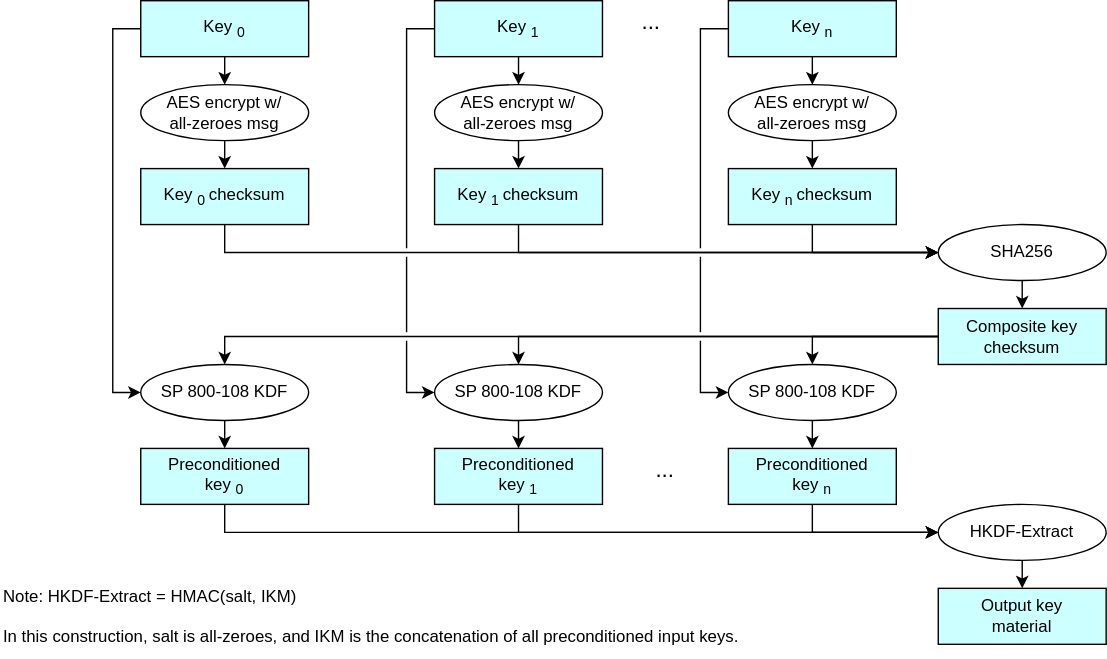
Earlier version of the draw.io export doc/ocp_lock/diagrams/preconditioned_hkdf.drawio.svg (chipsalliance/Caliptra). Source tidied: cells renumbered, new cells last; positions are measured from the earlier drawing's top-left corner, leaving out a move shared by most shapes.
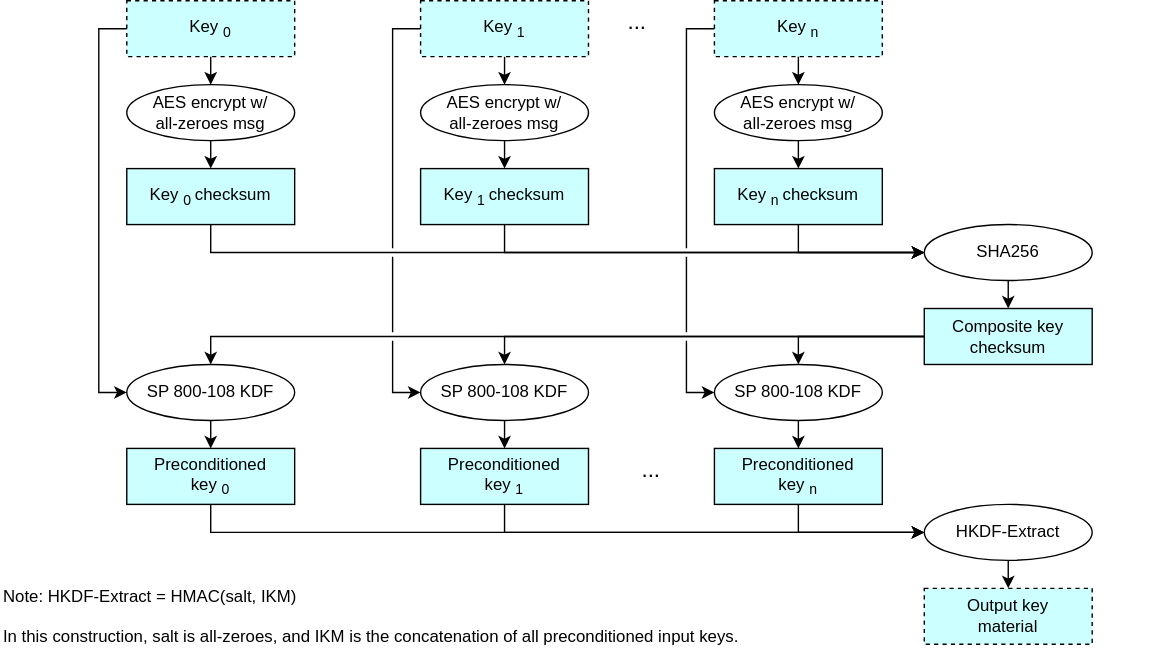
The same diagram one commit later.

The edit, as a diff of the source:
```diff
@@ -2,16 +2,16 @@
   <root>
     <mxCell id="0" />
     <mxCell id="1" parent="0" />
-    <mxCell id="2" value="&lt;div&gt;&lt;font color=&quot;#000000&quot;&gt;Key&lt;sub&gt;0&lt;/sub&gt;&lt;/font&gt;&lt;/div&gt;" style="rounded=0;whiteSpace=wrap;html=1;align=center;verticalAlign=middle;shadow=0;glass=0;spacingLeft=0;spacingBottom=0;spacingTop=0;fillColor=#CCFFFF;" parent="1" vertex="1">
+    <mxCell id="2" value="&lt;div&gt;&lt;font color=&quot;#000000&quot;&gt;Key&lt;sub&gt;0&lt;/sub&gt;&lt;/font&gt;&lt;/div&gt;" style="rounded=0;whiteSpace=wrap;html=1;align=center;verticalAlign=middle;shadow=0;glass=0;spacingLeft=0;spacingBottom=0;spacingTop=0;fillColor=#CCFFFF;dashed=1;" parent="1" vertex="1">
       <mxGeometry x="100" width="120" height="40" as="geometry" />
     </mxCell>
     <mxCell id="3" style="edgeStyle=none;html=1;entryX=0.5;entryY=0;entryDx=0;entryDy=0;exitX=0.5;exitY=1;exitDx=0;exitDy=0;" parent="1" edge="1" source="4" target="18">
       <mxGeometry relative="1" as="geometry" />
     </mxCell>
-    <mxCell id="4" value="&lt;div&gt;&lt;font color=&quot;#000000&quot;&gt;Key&lt;sub&gt;1&lt;/sub&gt;&lt;/font&gt;&lt;/div&gt;" style="rounded=0;whiteSpace=wrap;html=1;align=center;verticalAlign=middle;shadow=0;glass=0;spacingLeft=0;spacingBottom=0;spacingTop=0;fillColor=#CCFFFF;" parent="1" vertex="1">
+    <mxCell id="4" value="&lt;div&gt;&lt;font color=&quot;#000000&quot;&gt;Key&lt;sub&gt;1&lt;/sub&gt;&lt;/font&gt;&lt;/div&gt;" style="rounded=0;whiteSpace=wrap;html=1;align=center;verticalAlign=middle;shadow=0;glass=0;spacingLeft=0;spacingBottom=0;spacingTop=0;fillColor=#CCFFFF;dashed=1;" parent="1" vertex="1">
       <mxGeometry x="310" width="120" height="40" as="geometry" />
     </mxCell>
-    <mxCell id="5" value="&lt;div&gt;&lt;font color=&quot;#000000&quot;&gt;Key&lt;sub&gt;n&lt;/sub&gt;&lt;/font&gt;&lt;/div&gt;" style="rounded=0;whiteSpace=wrap;html=1;align=center;verticalAlign=middle;shadow=0;glass=0;spacingLeft=0;spacingBottom=0;spacingTop=0;fillColor=#CCFFFF;" parent="1" vertex="1">
+    <mxCell id="5" value="&lt;div&gt;&lt;font color=&quot;#000000&quot;&gt;Key&lt;sub&gt;n&lt;/sub&gt;&lt;/font&gt;&lt;/div&gt;" style="rounded=0;whiteSpace=wrap;html=1;align=center;verticalAlign=middle;shadow=0;glass=0;spacingLeft=0;spacingBottom=0;spacingTop=0;fillColor=#CCFFFF;dashed=1;" parent="1" vertex="1">
       <mxGeometry x="520" width="120" height="40" as="geometry" />
     </mxCell>
     <mxCell id="6" value="..." style="text;strokeColor=none;align=center;fillColor=none;html=1;verticalAlign=middle;whiteSpace=wrap;rounded=0;fontSize=16;" parent="1" vertex="1">
@@ -140,7 +140,7 @@
     <mxCell id="42" style="edgeStyle=orthogonalEdgeStyle;endArrow=classic;html=1;rounded=0;endSize=6;startSize=6;exitX=0.5;exitY=1;exitDx=0;exitDy=0;entryX=0;entryY=0.5;entryDx=0;entryDy=0;jumpStyle=gap;" parent="1" edge="1" source="35" target="39">
       <mxGeometry relative="1" as="geometry" />
     </mxCell>
-    <mxCell id="43" value="&lt;div&gt;&lt;font color=&quot;#000000&quot;&gt;Output key&lt;/font&gt;&lt;/div&gt;&lt;div&gt;&lt;font color=&quot;#000000&quot;&gt;material&lt;/font&gt;&lt;/div&gt;" style="rounded=0;whiteSpace=wrap;html=1;align=center;verticalAlign=middle;shadow=0;glass=0;spacingLeft=0;spacingBottom=0;spacingTop=0;fillColor=#CCFFFF;" parent="1" vertex="1">
+    <mxCell id="43" value="&lt;div&gt;&lt;font color=&quot;#000000&quot;&gt;Output key&lt;/font&gt;&lt;/div&gt;&lt;div&gt;&lt;font color=&quot;#000000&quot;&gt;material&lt;/font&gt;&lt;/div&gt;" style="rounded=0;whiteSpace=wrap;html=1;align=center;verticalAlign=middle;shadow=0;glass=0;spacingLeft=0;spacingBottom=0;spacingTop=0;fillColor=#CCFFFF;dashed=1;" parent="1" vertex="1">
       <mxGeometry x="670" y="420" width="120" height="40" as="geometry" />
     </mxCell>
     <mxCell id="44" style="edgeStyle=orthogonalEdgeStyle;endArrow=classic;html=1;rounded=0;endSize=6;startSize=6;exitX=0.5;exitY=1;exitDx=0;exitDy=0;entryX=0.5;entryY=0;entryDx=0;entryDy=0;" parent="1" edge="1" source="39" target="43">
@@ -150,7 +150,10 @@
       <mxGeometry x="430" y="320" width="90" height="30" as="geometry" />
     </mxCell>
     <mxCell id="46" value="Note: HKDF-Extract = HMAC(salt, IKM)&lt;div&gt;&lt;font color=&quot;#000000&quot;&gt;&lt;br&gt;&lt;/font&gt;&lt;div&gt;&lt;div&gt;In this construction, salt is all-zeroes, and IKM is the concatenation of all preconditioned input keys.&lt;/div&gt;&lt;/div&gt;&lt;/div&gt;" style="text;strokeColor=none;align=left;fillColor=none;html=1;verticalAlign=middle;whiteSpace=wrap;rounded=0;fontSize=12;" parent="1" vertex="1">
-      <mxGeometry y="410" width="580" height="60" as="geometry" />
+      <mxGeometry x="10" y="410" width="580" height="60" as="geometry" />
     </mxCell>
+    <mxCell id="47" style="rounded=0;whiteSpace=wrap;html=1;align=center;verticalAlign=middle;shadow=0;glass=0;spacingLeft=0;spacingBottom=0;spacingTop=0;fillColor=#FFFFFF;fontSize=10;strokeColor=#FFFFFF;" parent="1" vertex="1">
+      <mxGeometry x="750" y="40" width="90" height="20" as="geometry" />
+    </mxCell>
   </root>
 </mxGraphModel>
```
